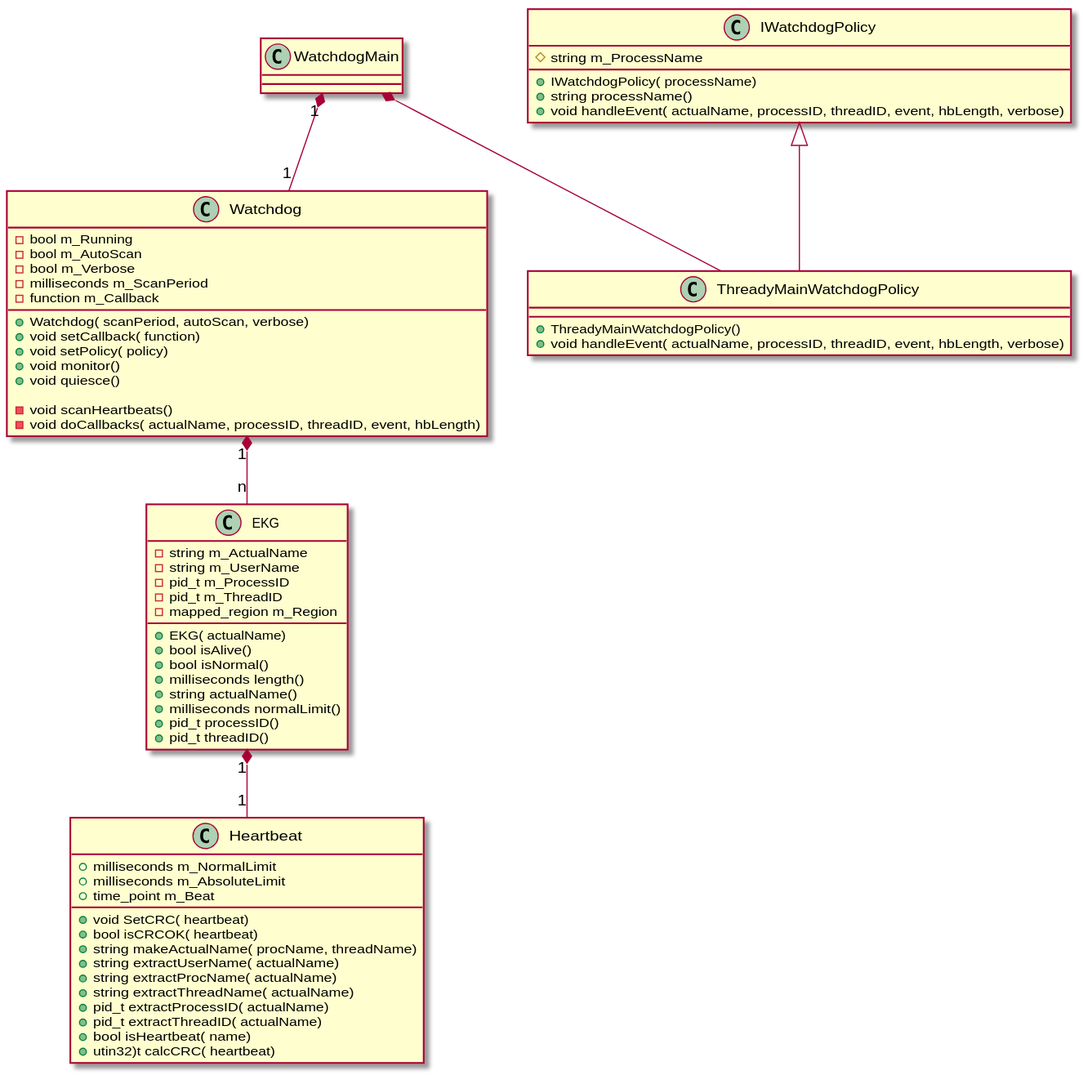
delaneymorgan/Watchdog keeps this PlantUML diagram as WatchdogMain.svg. Above is the earlier version.
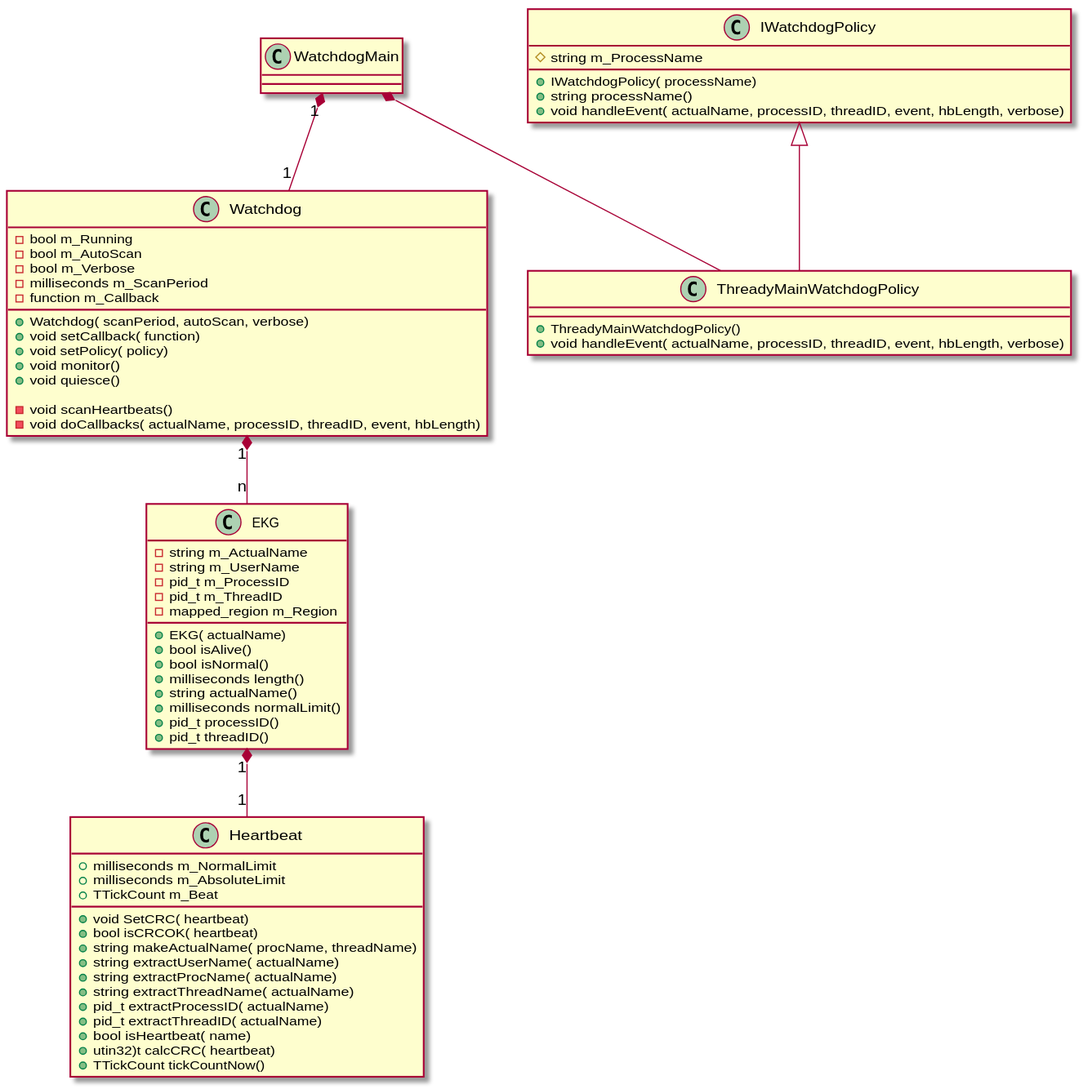
After the commit.

The edit, as a diff of the source:
```diff
@@ -50,7 +50,7 @@
 class Heartbeat {
 +milliseconds m_NormalLimit
 +milliseconds m_AbsoluteLimit
-+time_point m_Beat
++TTickCount m_Beat
 
 +void SetCRC( heartbeat)
 +bool isCRCOK( heartbeat)
@@ -62,6 +62,7 @@
 +pid_t extractThreadID( actualName)
 +bool isHeartbeat( name)
 +utin32)t calcCRC( heartbeat)
++TTickCount tickCountNow()
 }
 WatchdogMain "1" *-- "1" Watchdog
 Watchdog "1" *-- "n" EKG
```
